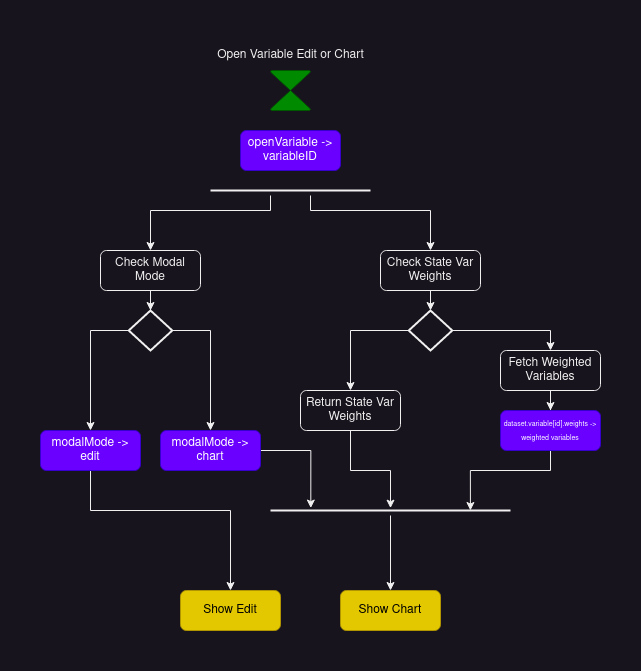
scholarsportal/Dataverse-Data-Explorer keeps this draw.io diagram as docs/img/lauch modal with id.drawio.png. Above is the earlier version. Source tidied: cells renumbered, new cells last; positions are measured from the earlier drawing's top-left corner, leaving out a move shared by most shapes.
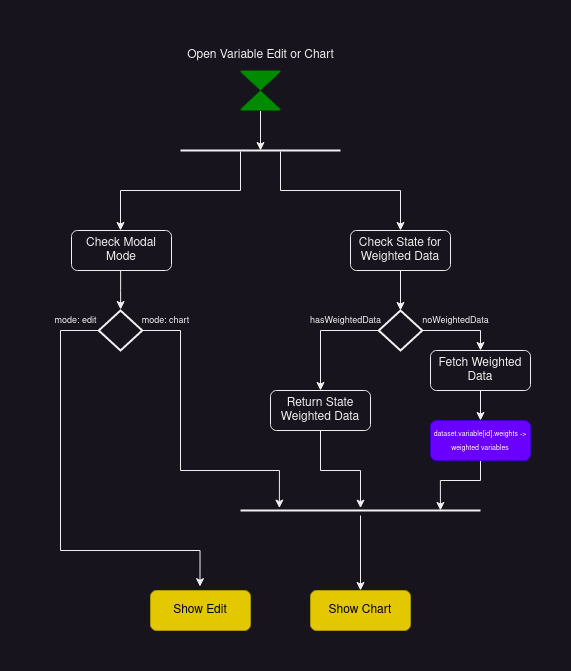
Later version of the same file.

The edit, as a diff of the source:
```diff
@@ -2,13 +2,17 @@
   <root>
     <mxCell id="0" />
     <mxCell id="1" parent="0" />
-    <mxCell id="2" style="edgeStyle=orthogonalEdgeStyle;rounded=0;jettySize=auto;html=1;entryX=0.5;entryY=0;entryDx=0;entryDy=0;entryPerimeter=0;" parent="1" edge="1" source="3" target="14">
-      <mxGeometry relative="1" as="geometry" />
+    <mxCell id="2" style="edgeStyle=orthogonalEdgeStyle;rounded=0;jettySize=auto;html=1;entryX=0.503;entryY=-0.024;entryDx=0;entryDy=0;entryPerimeter=0;" parent="1" edge="1" source="3" target="15">
+      <mxGeometry relative="1" as="geometry">
+        <Array as="points">
+          <mxPoint x="110" y="250" />
+        </Array>
+      </mxGeometry>
     </mxCell>
     <mxCell id="3" value="Check Modal Mode" style="rounded=1;whiteSpace=wrap;html=1;" parent="1" vertex="1">
-      <mxGeometry x="60" y="210" width="100" height="40" as="geometry" />
+      <mxGeometry x="61" y="190" width="100" height="40" as="geometry" />
     </mxCell>
-    <mxCell id="4" style="edgeStyle=orthogonalEdgeStyle;rounded=0;jettySize=auto;html=1;entryX=0.5;entryY=0;entryDx=0;entryDy=0;entryPerimeter=0;exitX=0.5;exitY=1;exitDx=0;exitDy=0;" parent="1" edge="1" source="6" target="16">
+    <mxCell id="4" style="edgeStyle=orthogonalEdgeStyle;rounded=0;jettySize=auto;html=1;entryX=0.5;entryY=0;entryDx=0;entryDy=0;entryPerimeter=0;exitX=0.5;exitY=1;exitDx=0;exitDy=0;" parent="1" edge="1" source="6" target="17">
       <mxGeometry relative="1" as="geometry">
         <Array as="points">
           <mxPoint x="390" y="270" />
@@ -16,124 +20,126 @@
         </Array>
       </mxGeometry>
     </mxCell>
-    <mxCell id="5" style="edgeStyle=orthogonalEdgeStyle;rounded=0;jettySize=auto;html=1;entryX=0.5;entryY=0;entryDx=0;entryDy=0;exitX=0;exitY=0.5;exitDx=0;exitDy=0;exitPerimeter=0;" parent="1" edge="1" source="16" target="25">
+    <mxCell id="5" style="edgeStyle=orthogonalEdgeStyle;rounded=0;jettySize=auto;html=1;entryX=0.5;entryY=0;entryDx=0;entryDy=0;exitX=0;exitY=0.5;exitDx=0;exitDy=0;exitPerimeter=0;" parent="1" edge="1" source="17" target="26">
       <mxGeometry relative="1" as="geometry">
         <Array as="points">
           <mxPoint x="310" y="290" />
         </Array>
       </mxGeometry>
     </mxCell>
-    <mxCell id="6" value="Check State Var Weights" style="rounded=1;whiteSpace=wrap;html=1;" parent="1" vertex="1">
-      <mxGeometry x="340" y="210" width="100" height="40" as="geometry" />
+    <mxCell id="6" value="Check State for Weighted Data" style="rounded=1;whiteSpace=wrap;html=1;" parent="1" vertex="1">
+      <mxGeometry x="340" y="190" width="100" height="40" as="geometry" />
     </mxCell>
-    <mxCell id="7" style="verticalLabelPosition=bottom;verticalAlign=top;html=1;shape=mxgraph.flowchart.collate;fillColor=#008a00;fontColor=#ffffff;strokeColor=#005700;" parent="1" vertex="1">
-      <mxGeometry x="230" y="30" width="40" height="40" as="geometry" />
+    <mxCell id="7" style="edgeStyle=orthogonalEdgeStyle;rounded=0;jettySize=auto;html=1;entryX=0.5;entryY=0.5;entryDx=0;entryDy=0;entryPerimeter=0;" parent="1" edge="1" source="8" target="12">
+      <mxGeometry relative="1" as="geometry" />
     </mxCell>
-    <mxCell id="8" value="Open Variable Edit or Chart" style="text;html=1;align=center;verticalAlign=middle;points=[];strokeColor=none;fillColor=none;" parent="1" vertex="1">
-      <mxGeometry x="165" width="170" height="30" as="geometry" />
+    <mxCell id="8" style="verticalLabelPosition=bottom;verticalAlign=top;html=1;shape=mxgraph.flowchart.collate;fillColor=#008a00;fontColor=#ffffff;strokeColor=#005700;" parent="1" vertex="1">
+      <mxGeometry x="230" y="30" width="40" height="40" as="geometry" />
     </mxCell>
-    <mxCell id="9" style="edgeStyle=orthogonalEdgeStyle;rounded=0;jettySize=auto;html=1;entryX=0.5;entryY=0;entryDx=0;entryDy=0;" parent="1" edge="1" source="11" target="3">
-      <mxGeometry relative="1" as="geometry">
-        <Array as="points">
-          <mxPoint x="230" y="170" />
-          <mxPoint x="110" y="170" />
-        </Array>
-      </mxGeometry>
+    <mxCell id="9" value="Open Variable Edit or Chart" style="text;html=1;align=center;verticalAlign=middle;strokeColor=none;fillColor=none;" parent="1" vertex="1">
+      <mxGeometry x="165" width="170" height="30" as="geometry" />
     </mxCell>
-    <mxCell id="10" style="edgeStyle=orthogonalEdgeStyle;rounded=0;jettySize=auto;html=1;entryX=0.5;entryY=0;entryDx=0;entryDy=0;" parent="1" edge="1" source="11" target="6">
+    <mxCell id="10" style="edgeStyle=orthogonalEdgeStyle;rounded=0;jettySize=auto;html=1;entryX=0.5;entryY=0;entryDx=0;entryDy=0;" parent="1" edge="1" target="3">
       <mxGeometry relative="1" as="geometry">
+        <mxPoint x="230" y="111" as="sourcePoint" />
         <Array as="points">
-          <mxPoint x="270" y="170" />
-          <mxPoint x="390" y="170" />
+          <mxPoint x="230" y="150" />
+          <mxPoint x="110" y="150" />
+          <mxPoint x="110" y="190" />
         </Array>
       </mxGeometry>
     </mxCell>
-    <mxCell id="11" style="line;strokeWidth=2;html=1;" parent="1" vertex="1">
-      <mxGeometry x="170" y="145" width="160" height="10" as="geometry" />
+    <mxCell id="11" style="edgeStyle=orthogonalEdgeStyle;rounded=0;jettySize=auto;html=1;" parent="1" edge="1" target="6">
+      <mxGeometry relative="1" as="geometry">
+        <mxPoint x="270" y="111" as="sourcePoint" />
+        <Array as="points">
+          <mxPoint x="270" y="150" />
+          <mxPoint x="390" y="150" />
+        </Array>
+      </mxGeometry>
     </mxCell>
-    <mxCell id="12" style="edgeStyle=orthogonalEdgeStyle;rounded=0;jettySize=auto;html=1;entryX=0.5;entryY=0;entryDx=0;entryDy=0;" parent="1" edge="1" source="14" target="31">
-      <mxGeometry relative="1" as="geometry">
-        <Array as="points">
-          <mxPoint x="170" y="290" />
-        </Array>
-      </mxGeometry>
+    <mxCell id="12" style="line;strokeWidth=2;html=1;" parent="1" vertex="1">
+      <mxGeometry x="170" y="105" width="160" height="10" as="geometry" />
     </mxCell>
-    <mxCell id="13" style="edgeStyle=orthogonalEdgeStyle;rounded=0;jettySize=auto;html=1;entryX=0.5;entryY=0;entryDx=0;entryDy=0;" parent="1" edge="1" source="14" target="28">
+    <mxCell id="13" style="edgeStyle=orthogonalEdgeStyle;rounded=0;jettySize=auto;html=1;entryX=0.162;entryY=0.257;entryDx=0;entryDy=0;entryPerimeter=0;" parent="1" edge="1" source="15" target="24">
       <mxGeometry relative="1" as="geometry">
         <Array as="points">
-          <mxPoint x="50" y="290" />
+          <mxPoint x="170" y="290" />
+          <mxPoint x="170" y="430" />
+          <mxPoint x="269" y="430" />
         </Array>
       </mxGeometry>
     </mxCell>
-    <mxCell id="14" style="strokeWidth=2;html=1;shape=mxgraph.flowchart.decision;whiteSpace=wrap;" parent="1" vertex="1">
-      <mxGeometry x="88.2" y="270" width="43.5" height="40" as="geometry" />
+    <mxCell id="14" style="edgeStyle=orthogonalEdgeStyle;rounded=0;jettySize=auto;html=1;entryX=0.495;entryY=-0.096;entryDx=0;entryDy=0;entryPerimeter=0;" parent="1" edge="1" source="15" target="27">
+      <mxGeometry relative="1" as="geometry">
+        <Array as="points">
+          <mxPoint x="50" y="290" />
+          <mxPoint x="50" y="510" />
+          <mxPoint x="190" y="510" />
+        </Array>
+      </mxGeometry>
     </mxCell>
-    <mxCell id="15" style="edgeStyle=orthogonalEdgeStyle;rounded=0;jettySize=auto;html=1;entryX=0.5;entryY=0;entryDx=0;entryDy=0;" parent="1" edge="1" source="16" target="19">
-      <mxGeometry relative="1" as="geometry" />
+    <mxCell id="15" style="strokeWidth=2;html=1;shape=mxgraph.flowchart.decision;whiteSpace=wrap;" parent="1" vertex="1">
+      <mxGeometry x="88.2" y="270" width="43.5" height="40" as="geometry" />
     </mxCell>
-    <mxCell id="16" style="strokeWidth=2;html=1;shape=mxgraph.flowchart.decision;whiteSpace=wrap;" parent="1" vertex="1">
-      <mxGeometry x="368.2" y="270" width="43.5" height="40" as="geometry" />
+    <mxCell id="16" style="edgeStyle=orthogonalEdgeStyle;rounded=0;jettySize=auto;html=1;entryX=0.5;entryY=0;entryDx=0;entryDy=0;" parent="1" edge="1" source="17" target="20">
+      <mxGeometry relative="1" as="geometry" />
     </mxCell>
-    <mxCell id="17" value="Show Chart" style="rounded=1;whiteSpace=wrap;html=1;fillColor=#e3c800;fontColor=#000000;strokeColor=#B09500;" parent="1" vertex="1">
-      <mxGeometry x="300" y="550" width="100" height="40" as="geometry" />
+    <mxCell id="17" style="strokeWidth=2;html=1;shape=mxgraph.flowchart.decision;whiteSpace=wrap;" parent="1" vertex="1">
+      <mxGeometry x="368.2" y="270" width="43.5" height="40" as="geometry" />
     </mxCell>
-    <mxCell id="18" style="edgeStyle=orthogonalEdgeStyle;rounded=0;jettySize=auto;html=1;entryX=0.5;entryY=0;entryDx=0;entryDy=0;" parent="1" edge="1" source="19" target="21">
-      <mxGeometry relative="1" as="geometry" />
+    <mxCell id="18" value="Show Chart" style="rounded=1;whiteSpace=wrap;html=1;fillColor=#e3c800;fontColor=#000000;strokeColor=#B09500;" parent="1" vertex="1">
+      <mxGeometry x="300" y="550" width="100" height="40" as="geometry" />
     </mxCell>
-    <mxCell id="19" value="Fetch Weighted Variables" style="rounded=1;whiteSpace=wrap;html=1;" parent="1" vertex="1">
-      <mxGeometry x="460" y="310" width="100" height="40" as="geometry" />
+    <mxCell id="19" style="edgeStyle=orthogonalEdgeStyle;rounded=0;jettySize=auto;html=1;entryX=0.5;entryY=0;entryDx=0;entryDy=0;" parent="1" edge="1" source="20" target="22">
+      <mxGeometry relative="1" as="geometry" />
     </mxCell>
-    <mxCell id="20" style="edgeStyle=orthogonalEdgeStyle;rounded=0;jettySize=auto;html=1;entryX=0.833;entryY=0.5;entryDx=0;entryDy=0;entryPerimeter=0;" parent="1" edge="1" source="21" target="23">
-      <mxGeometry relative="1" as="geometry">
-        <Array as="points">
-          <mxPoint x="510" y="430" />
-          <mxPoint x="430" y="430" />
-        </Array>
-      </mxGeometry>
+    <mxCell id="20" value="Fetch Weighted Data" style="rounded=1;whiteSpace=wrap;html=1;" parent="1" vertex="1">
+      <mxGeometry x="420" y="310" width="100" height="40" as="geometry" />
     </mxCell>
-    <mxCell id="21" value="&lt;font style=&quot;font-size: 7px;&quot;&gt;dataset.variable[id].weights -&amp;gt; weighted variables&lt;/font&gt;" style="rounded=1;whiteSpace=wrap;html=1;fillColor=#6a00ff;fontColor=#ffffff;strokeColor=#3700CC;" parent="1" vertex="1">
-      <mxGeometry x="460" y="370" width="100" height="40" as="geometry" />
+    <mxCell id="21" style="edgeStyle=orthogonalEdgeStyle;rounded=0;jettySize=auto;html=1;entryX=0.833;entryY=0.5;entryDx=0;entryDy=0;entryPerimeter=0;exitX=0.5;exitY=1;exitDx=0;exitDy=0;" parent="1" edge="1" source="22" target="24">
+      <mxGeometry relative="1" as="geometry">
+        <Array as="points">
+          <mxPoint x="470" y="440" />
+          <mxPoint x="430" y="440" />
+        </Array>
+      </mxGeometry>
     </mxCell>
-    <mxCell id="22" style="edgeStyle=orthogonalEdgeStyle;rounded=0;jettySize=auto;html=1;entryX=0.5;entryY=0;entryDx=0;entryDy=0;" parent="1" edge="1" source="23" target="17">
-      <mxGeometry relative="1" as="geometry" />
+    <mxCell id="22" value="&lt;font style=&quot;font-size: 7px;&quot;&gt;dataset.variable[id].weights -&amp;gt; weighted variables&lt;/font&gt;" style="rounded=1;whiteSpace=wrap;html=1;fillColor=#6a00ff;fontColor=#ffffff;strokeColor=#3700CC;" parent="1" vertex="1">
+      <mxGeometry x="420" y="380" width="100" height="40" as="geometry" />
     </mxCell>
-    <mxCell id="23" style="line;strokeWidth=2;html=1;" parent="1" vertex="1">
-      <mxGeometry x="230" y="465" width="240" height="10" as="geometry" />
+    <mxCell id="23" style="edgeStyle=orthogonalEdgeStyle;rounded=0;jettySize=auto;html=1;entryX=0.5;entryY=0;entryDx=0;entryDy=0;" parent="1" edge="1" source="24" target="18">
+      <mxGeometry relative="1" as="geometry" />
     </mxCell>
-    <mxCell id="24" style="edgeStyle=orthogonalEdgeStyle;rounded=0;jettySize=auto;html=1;entryX=0.496;entryY=0.257;entryDx=0;entryDy=0;entryPerimeter=0;" parent="1" edge="1" source="25" target="23">
-      <mxGeometry relative="1" as="geometry">
-        <Array as="points">
-          <mxPoint x="310" y="430" />
-          <mxPoint x="350" y="430" />
-          <mxPoint x="350" y="468" />
-        </Array>
-      </mxGeometry>
+    <mxCell id="24" style="line;strokeWidth=2;html=1;" parent="1" vertex="1">
+      <mxGeometry x="230" y="465" width="240" height="10" as="geometry" />
     </mxCell>
-    <mxCell id="25" value="Return State Var Weights" style="rounded=1;whiteSpace=wrap;html=1;" parent="1" vertex="1">
-      <mxGeometry x="260" y="350" width="100" height="40" as="geometry" />
+    <mxCell id="25" style="edgeStyle=orthogonalEdgeStyle;rounded=0;jettySize=auto;html=1;entryX=0.496;entryY=0.257;entryDx=0;entryDy=0;entryPerimeter=0;" parent="1" edge="1" source="26" target="24">
+      <mxGeometry relative="1" as="geometry">
+        <Array as="points">
+          <mxPoint x="310" y="430" />
+          <mxPoint x="350" y="430" />
+          <mxPoint x="350" y="468" />
+        </Array>
+      </mxGeometry>
     </mxCell>
-    <mxCell id="26" value="Show Edit" style="rounded=1;whiteSpace=wrap;html=1;fillColor=#e3c800;fontColor=#000000;strokeColor=#B09500;" parent="1" vertex="1">
-      <mxGeometry x="140" y="550" width="100" height="40" as="geometry" />
+    <mxCell id="26" value="Return State Weighted Data" style="rounded=1;whiteSpace=wrap;html=1;" parent="1" vertex="1">
+      <mxGeometry x="260" y="350" width="100" height="40" as="geometry" />
     </mxCell>
-    <mxCell id="27" style="edgeStyle=orthogonalEdgeStyle;rounded=0;jettySize=auto;html=1;entryX=0.5;entryY=0;entryDx=0;entryDy=0;" parent="1" edge="1" source="28" target="26">
-      <mxGeometry relative="1" as="geometry">
-        <Array as="points">
-          <mxPoint x="50" y="470" />
-          <mxPoint x="190" y="470" />
-        </Array>
-      </mxGeometry>
+    <mxCell id="27" value="Show Edit" style="rounded=1;whiteSpace=wrap;html=1;fillColor=#e3c800;fontColor=#000000;strokeColor=#B09500;" parent="1" vertex="1">
+      <mxGeometry x="140" y="550" width="100" height="40" as="geometry" />
     </mxCell>
-    <mxCell id="28" value="modalMode -&amp;gt; edit" style="rounded=1;whiteSpace=wrap;html=1;fillColor=#6a00ff;fontColor=#ffffff;strokeColor=#3700CC;" parent="1" vertex="1">
-      <mxGeometry y="390" width="100" height="40" as="geometry" />
+    <mxCell id="28" value="hasWeightedData" style="text;html=1;align=center;verticalAlign=middle;points=[];strokeColor=none;fillColor=none;fontSize=9;" parent="1" vertex="1">
+      <mxGeometry x="290" y="270" width="90" height="20" as="geometry" />
     </mxCell>
-    <mxCell id="29" value="openVariable -&amp;gt; variableID" style="rounded=1;whiteSpace=wrap;html=1;fillColor=#6a00ff;fontColor=#ffffff;strokeColor=#3700CC;" parent="1" vertex="1">
-      <mxGeometry x="200" y="90" width="100" height="40" as="geometry" />
+    <mxCell id="29" value="noWeightedData" style="text;html=1;align=center;verticalAlign=middle;strokeColor=none;fillColor=none;fontSize=9;" parent="1" vertex="1">
+      <mxGeometry x="400" y="270" width="90" height="20" as="geometry" />
     </mxCell>
-    <mxCell id="30" style="edgeStyle=orthogonalEdgeStyle;rounded=0;jettySize=auto;html=1;entryX=0.168;entryY=0.257;entryDx=0;entryDy=0;entryPerimeter=0;" parent="1" edge="1" source="31" target="23">
-      <mxGeometry relative="1" as="geometry" />
+    <mxCell id="30" value="mode: chart" style="text;html=1;align=center;verticalAlign=middle;strokeColor=none;fillColor=none;fontSize=9;" parent="1" vertex="1">
+      <mxGeometry x="120" y="270" width="70" height="20" as="geometry" />
     </mxCell>
-    <mxCell id="31" value="modalMode -&amp;gt; chart" style="rounded=1;whiteSpace=wrap;html=1;fillColor=#6a00ff;fontColor=#ffffff;strokeColor=#3700CC;" parent="1" vertex="1">
-      <mxGeometry x="120" y="390" width="100" height="40" as="geometry" />
+    <mxCell id="31" value="mode: edit" style="text;html=1;align=center;verticalAlign=middle;points=[];strokeColor=none;fillColor=none;fontSize=9;" parent="1" vertex="1">
+      <mxGeometry x="30" y="270" width="70" height="20" as="geometry" />
     </mxCell>
   </root>
 </mxGraphModel>
```
